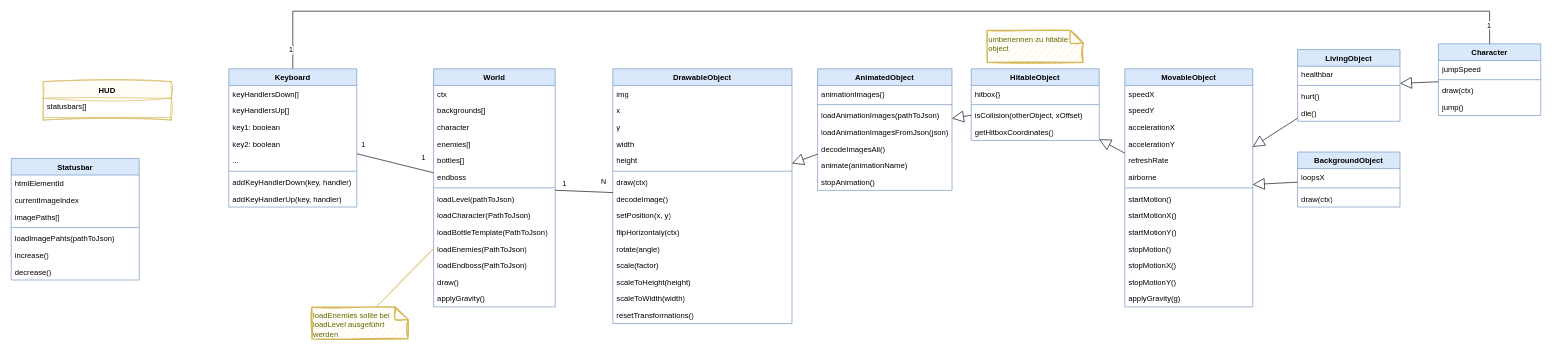
ReinhardWansch/ElPolloLoco keeps this draw.io diagram as uml/classDiagram.drawio. Above is the earlier version. Source tidied: cells renumbered, new cells numbered last; positions are measured from the earlier drawing's top-left corner, leaving out a move shared by most shapes. Both pictures are drawn from the tidied source at 64%, with x=0, y=0 at pixel (11, 11).
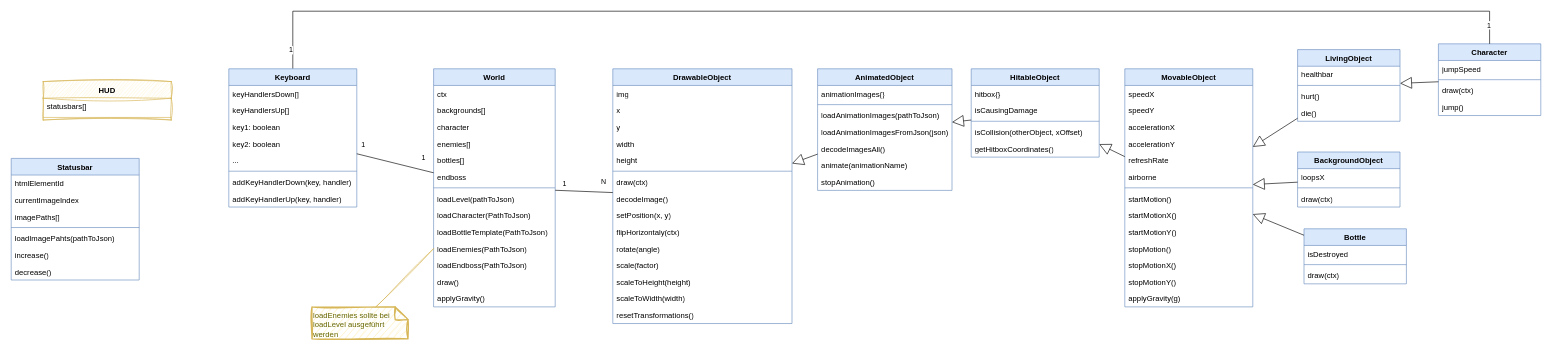
Above is the later version.

Unchanged cells that the change refers to:
```xml
<mxCell id="27" value="MovableObject" style="swimlane;fontStyle=1;align=center;verticalAlign=top;horizontal=1;startSize=26;whiteSpace=wrap;html=1;fillColor=#dae8fc;strokeColor=#6c8ebf;" parent="1" vertex="1">
  <mxGeometry x="1740" y="90" width="200" height="372" as="geometry" />
</mxCell>
```

The edit, as a diff of the source:
```diff
@@
     <mxCell id="79" value="HitableObject" style="swimlane;fontStyle=1;align=center;verticalAlign=top;horizontal=1;startSize=26;whiteSpace=wrap;html=1;fillColor=#dae8fc;strokeColor=#6c8ebf;" parent="1" vertex="1">
-      <mxGeometry x="1500" y="90" width="200" height="112" as="geometry" />
+      <mxGeometry x="1500" y="90" width="200" height="138" as="geometry" />
     </mxCell>
@@
+    <mxCell id="113" value="isCausingDamage" style="text;strokeColor=none;fillColor=none;align=left;verticalAlign=top;spacingLeft=4;spacingRight=4;overflow=hidden;whiteSpace=wrap;html=1;" parent="79" vertex="1">
+      <mxGeometry y="52" width="200" height="26" as="geometry" />
+    </mxCell>
     <mxCell id="81" style="line;strokeWidth=1;fillColor=none;align=left;verticalAlign=middle;spacingTop=-1;spacingLeft=3;spacingRight=3;labelPosition=right;strokeColor=inherit;" parent="79" vertex="1">
-      <mxGeometry y="52" width="200" height="8" as="geometry" />
+      <mxGeometry y="78" width="200" height="8" as="geometry" />
     </mxCell>
     <mxCell id="82" value="isCollision(otherObject, xOffset)" style="text;strokeColor=none;fillColor=none;align=left;verticalAlign=top;spacingLeft=4;spacingRight=4;overflow=hidden;whiteSpace=wrap;html=1;" parent="79" vertex="1">
-      <mxGeometry y="60" width="200" height="26" as="geometry" />
+      <mxGeometry y="86" width="200" height="26" as="geometry" />
     </mxCell>
     <mxCell id="83" value="getHitboxCoordinates()" style="text;strokeColor=none;fillColor=none;align=left;verticalAlign=top;spacingLeft=4;spacingRight=4;overflow=hidden;whiteSpace=wrap;html=1;" parent="79" vertex="1">
-      <mxGeometry y="86" width="200" height="26" as="geometry" />
+      <mxGeometry y="112" width="200" height="26" as="geometry" />
     </mxCell>
@@
-    <mxCell id="95" value="umbenennen zu hitable object" style="shape=note;strokeWidth=2;fontSize=12;size=20;whiteSpace=wrap;html=1;fillColor=#fff2cc;strokeColor=#d6b656;fontColor=#666600;align=left;verticalAlign=top;sketch=1;curveFitting=1;jiggle=2;" parent="1" vertex="1">
-      <mxGeometry x="1525" y="30" width="150" height="50" as="geometry" />
-    </mxCell>
@@
+    <mxCell id="114" value="Bottle" style="swimlane;fontStyle=1;align=center;verticalAlign=top;horizontal=1;startSize=26;whiteSpace=wrap;html=1;fillColor=#dae8fc;strokeColor=#6c8ebf;" parent="1" vertex="1">
+      <mxGeometry x="2020" y="340" width="160" height="86" as="geometry" />
+    </mxCell>
+    <mxCell id="115" value="isDestroyed" style="text;strokeColor=none;fillColor=none;align=left;verticalAlign=top;spacingLeft=4;spacingRight=4;overflow=hidden;whiteSpace=wrap;html=1;" parent="114" vertex="1">
+      <mxGeometry y="26" width="160" height="26" as="geometry" />
+    </mxCell>
+    <mxCell id="116" style="line;strokeWidth=1;fillColor=none;align=left;verticalAlign=middle;spacingTop=-1;spacingLeft=3;spacingRight=3;labelPosition=right;strokeColor=inherit;" parent="114" vertex="1">
+      <mxGeometry y="52" width="160" height="8" as="geometry" />
+    </mxCell>
+    <mxCell id="117" value="draw(ctx)" style="text;strokeColor=none;fillColor=none;align=left;verticalAlign=top;spacingLeft=4;spacingRight=4;overflow=hidden;whiteSpace=wrap;html=1;" parent="114" vertex="1">
+      <mxGeometry y="60" width="160" height="26" as="geometry" />
+    </mxCell>
+    <mxCell id="118" style="endArrow=block;endSize=16;endFill=0;html=1;rounded=0;" parent="1" edge="1" source="114" target="27">
+      <mxGeometry relative="1" as="geometry" />
+    </mxCell>
```
